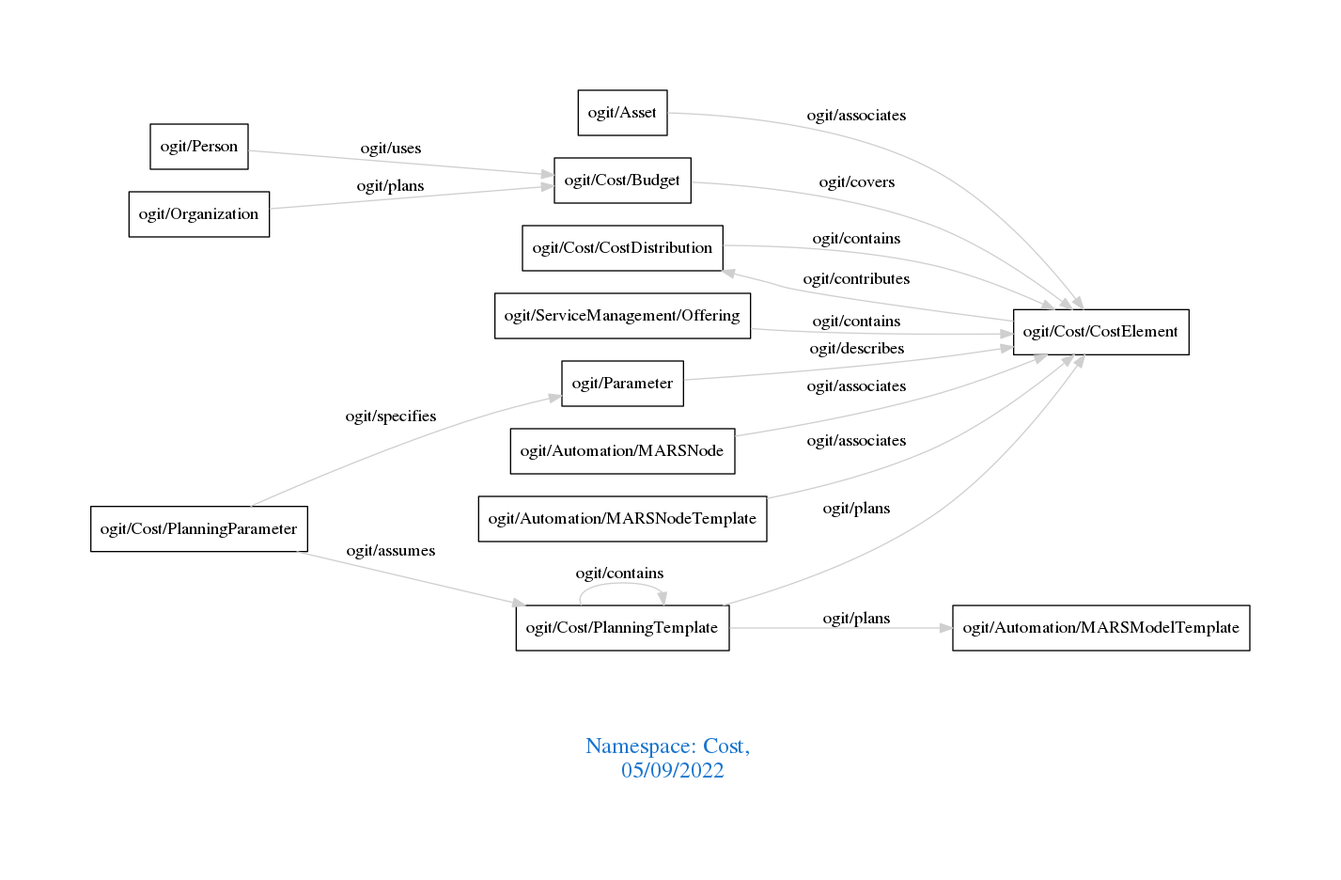
arago/OGIT keeps this Graphviz diagram as downloads/Cost.png. Above is the earlier version. Its source is kept beside it as downloads/Cost.dot.
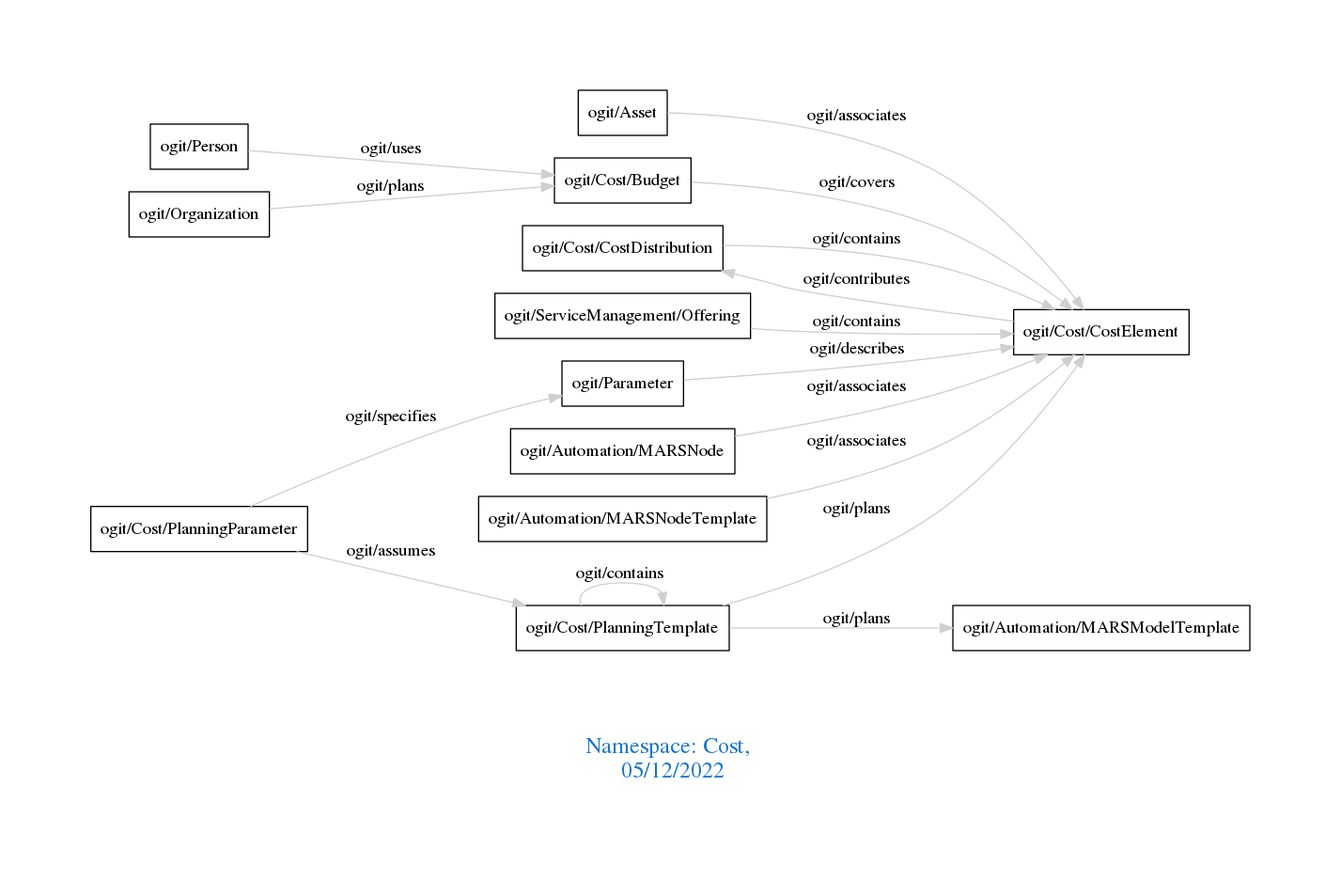
Later version of the same file.

The edit, as a diff of the source:
```diff
@@ -1,7 +1,7 @@
 digraph OGIT_ontology {
  graph [ rankdir= LR,pad=1
 fontsize = 18,
-fontcolor= dodgerblue3,label = "\n\n\nNamespace: Cost, \n 05/09/2022"];
+fontcolor= dodgerblue3,label = "\n\n\nNamespace: Cost, \n 05/12/2022"];
 node[shape=polygon];
 edge [  color="gray81"];
 
```
